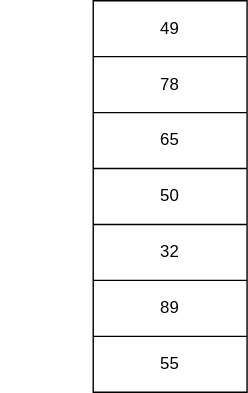
Before: hashing/documention/open-addressing-delete.drawio.svg, a diagram exported from draw.io (ratanlalmourya/geeksforgeeks). Source tidied: cells renumbered, new cells last; positions are measured from the earlier drawing's top-left corner, leaving out a move shared by most shapes. Source of this version:
```xml
<mxGraphModel>
  <root>
    <mxCell id="0" />
    <mxCell id="1" parent="0" />
    <mxCell id="2" style="group;" parent="1" vertex="1">
      <mxGeometry width="176" height="280" as="geometry" />
    </mxCell>
    <mxCell id="3" style="group;fontColor=#FFFFFF;" parent="2" vertex="1">
      <mxGeometry width="176" height="240" as="geometry" />
    </mxCell>
    <mxCell id="4" style="shape=table;html=1;whiteSpace=wrap;startSize=0;" parent="3" vertex="1">
      <mxGeometry x="66" width="110" height="280" as="geometry" />
    </mxCell>
    <mxCell id="5" style="shape=tableRow;horizontal=0;startSize=0;swimlaneHead=0;swimlaneBody=0;top=0;left=0;bottom=0;right=0;fillColor=none;" parent="4" vertex="1">
      <mxGeometry width="110" height="40" as="geometry" />
    </mxCell>
    <mxCell id="6" value="49" style="shape=partialRectangle;html=1;whiteSpace=wrap;fillColor=none;top=0;left=0;bottom=0;right=0;overflow=hidden;" parent="5" vertex="1">
      <mxGeometry width="110" height="40" as="geometry" />
    </mxCell>
    <mxCell id="7" style="shape=tableRow;horizontal=0;startSize=0;swimlaneHead=0;swimlaneBody=0;top=0;left=0;bottom=0;right=0;fillColor=none;" parent="4" vertex="1">
      <mxGeometry y="40" width="110" height="40" as="geometry" />
    </mxCell>
    <mxCell id="8" value="78" style="shape=partialRectangle;html=1;whiteSpace=wrap;fillColor=none;top=0;left=0;bottom=0;right=0;overflow=hidden;" parent="7" vertex="1">
      <mxGeometry width="110" height="40" as="geometry" />
    </mxCell>
    <mxCell id="9" style="shape=tableRow;horizontal=0;startSize=0;swimlaneHead=0;swimlaneBody=0;top=0;left=0;bottom=0;right=0;fillColor=none;" parent="4" vertex="1">
      <mxGeometry y="80" width="110" height="40" as="geometry" />
    </mxCell>
    <mxCell id="10" value="65" style="shape=partialRectangle;html=1;whiteSpace=wrap;fillColor=none;top=0;left=0;bottom=0;right=0;overflow=hidden;" parent="9" vertex="1">
      <mxGeometry width="110" height="40" as="geometry" />
    </mxCell>
    <mxCell id="11" style="shape=tableRow;horizontal=0;startSize=0;swimlaneHead=0;swimlaneBody=0;top=0;left=0;bottom=0;right=0;fillColor=none;" parent="4" vertex="1">
      <mxGeometry y="120" width="110" height="40" as="geometry" />
    </mxCell>
    <mxCell id="12" value="50" style="shape=partialRectangle;html=1;whiteSpace=wrap;fillColor=none;top=0;left=0;bottom=0;right=0;overflow=hidden;" parent="11" vertex="1">
      <mxGeometry width="110" height="40" as="geometry" />
    </mxCell>
    <mxCell id="13" style="shape=tableRow;horizontal=0;startSize=0;swimlaneHead=0;swimlaneBody=0;top=0;left=0;bottom=0;right=0;fillColor=none;" parent="4" vertex="1">
      <mxGeometry y="160" width="110" height="40" as="geometry" />
    </mxCell>
    <mxCell id="14" value="32" style="shape=partialRectangle;html=1;whiteSpace=wrap;fillColor=none;top=0;left=0;bottom=0;right=0;overflow=hidden;" parent="13" vertex="1">
      <mxGeometry width="110" height="40" as="geometry" />
    </mxCell>
    <mxCell id="15" style="shape=tableRow;horizontal=0;startSize=0;swimlaneHead=0;swimlaneBody=0;top=0;left=0;bottom=0;right=0;fillColor=none;" parent="4" vertex="1">
      <mxGeometry y="200" width="110" height="40" as="geometry" />
    </mxCell>
    <mxCell id="16" value="89" style="shape=partialRectangle;html=1;whiteSpace=wrap;fillColor=none;top=0;left=0;bottom=0;right=0;overflow=hidden;" parent="15" vertex="1">
      <mxGeometry width="110" height="40" as="geometry" />
    </mxCell>
    <mxCell id="17" style="shape=tableRow;horizontal=0;startSize=0;swimlaneHead=0;swimlaneBody=0;top=0;left=0;bottom=0;right=0;fillColor=none;" parent="4" vertex="1">
      <mxGeometry y="240" width="110" height="40" as="geometry" />
    </mxCell>
    <mxCell id="18" value="55" style="shape=partialRectangle;html=1;whiteSpace=wrap;fillColor=none;top=0;left=0;bottom=0;right=0;overflow=hidden;" parent="17" vertex="1">
      <mxGeometry width="110" height="40" as="geometry" />
    </mxCell>
    <mxCell id="19" value="0" style="text;html=1;strokeColor=none;fillColor=none;align=center;verticalAlign=middle;whiteSpace=wrap;rounded=0;fontColor=#FFFFFF;" parent="3" vertex="1">
      <mxGeometry y="5" width="60" height="30" as="geometry" />
    </mxCell>
    <mxCell id="20" value="1" style="text;html=1;strokeColor=none;fillColor=none;align=center;verticalAlign=middle;whiteSpace=wrap;rounded=0;fontColor=#FFFFFF;" parent="3" vertex="1">
      <mxGeometry y="48" width="60" height="30" as="geometry" />
    </mxCell>
    <mxCell id="21" value="2" style="text;html=1;strokeColor=none;fillColor=none;align=center;verticalAlign=middle;whiteSpace=wrap;rounded=0;fontColor=#FFFFFF;" parent="3" vertex="1">
      <mxGeometry y="86" width="60" height="30" as="geometry" />
    </mxCell>
    <mxCell id="22" value="3" style="text;html=1;strokeColor=none;fillColor=none;align=center;verticalAlign=middle;whiteSpace=wrap;rounded=0;fontColor=#FFFFFF;" parent="3" vertex="1">
      <mxGeometry y="126" width="60" height="30" as="geometry" />
    </mxCell>
    <mxCell id="23" value="4" style="text;html=1;strokeColor=none;fillColor=none;align=center;verticalAlign=middle;whiteSpace=wrap;rounded=0;fontColor=#FFFFFF;" parent="3" vertex="1">
      <mxGeometry y="167" width="60" height="30" as="geometry" />
    </mxCell>
    <mxCell id="24" value="5" style="text;html=1;strokeColor=none;fillColor=none;align=center;verticalAlign=middle;whiteSpace=wrap;rounded=0;fontColor=#FFFFFF;" parent="3" vertex="1">
      <mxGeometry y="208" width="60" height="30" as="geometry" />
    </mxCell>
    <mxCell id="25" value="6" style="text;html=1;strokeColor=none;fillColor=none;align=center;verticalAlign=middle;whiteSpace=wrap;rounded=0;fontColor=#FFFFFF;" parent="2" vertex="1">
      <mxGeometry y="250" width="60" height="30" as="geometry" />
    </mxCell>
  </root>
</mxGraphModel>
```
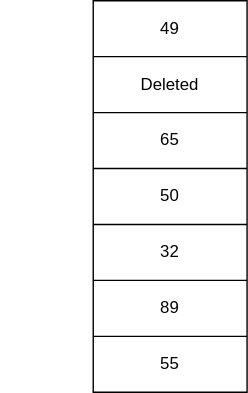
Later version of the same file.

What changed in the source:
```diff
@@ -20,7 +20,7 @@
     <mxCell id="7" style="shape=tableRow;horizontal=0;startSize=0;swimlaneHead=0;swimlaneBody=0;top=0;left=0;bottom=0;right=0;fillColor=none;" parent="4" vertex="1">
       <mxGeometry y="40" width="110" height="40" as="geometry" />
     </mxCell>
-    <mxCell id="8" value="78" style="shape=partialRectangle;html=1;whiteSpace=wrap;fillColor=none;top=0;left=0;bottom=0;right=0;overflow=hidden;" parent="7" vertex="1">
+    <mxCell id="8" value="Deleted" style="shape=partialRectangle;html=1;whiteSpace=wrap;fillColor=none;top=0;left=0;bottom=0;right=0;overflow=hidden;" parent="7" vertex="1">
       <mxGeometry width="110" height="40" as="geometry" />
     </mxCell>
     <mxCell id="9" style="shape=tableRow;horizontal=0;startSize=0;swimlaneHead=0;swimlaneBody=0;top=0;left=0;bottom=0;right=0;fillColor=none;" parent="4" vertex="1">
```
